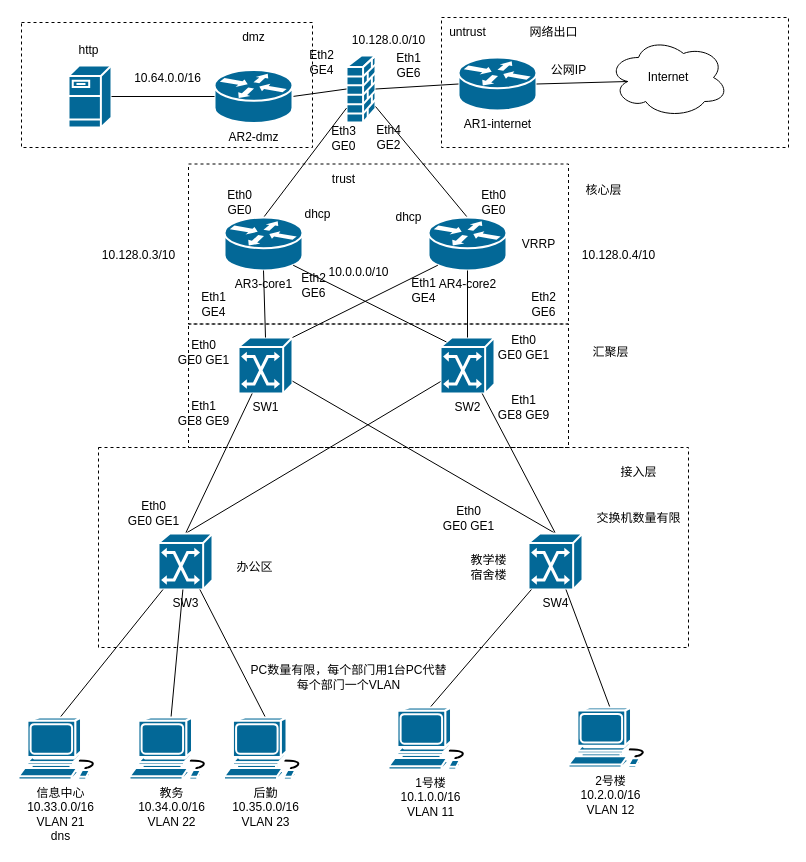
HPLZH/draw keeps this draw.io diagram as ne24.drawio. Above is the earlier version. Source tidied: cells renumbered, new cells numbered last; positions are measured from the earlier drawing's top-left corner, leaving out a move shared by most shapes. Both pictures are drawn from the tidied source at 100%, with x=0, y=0 at pixel (18, 17).
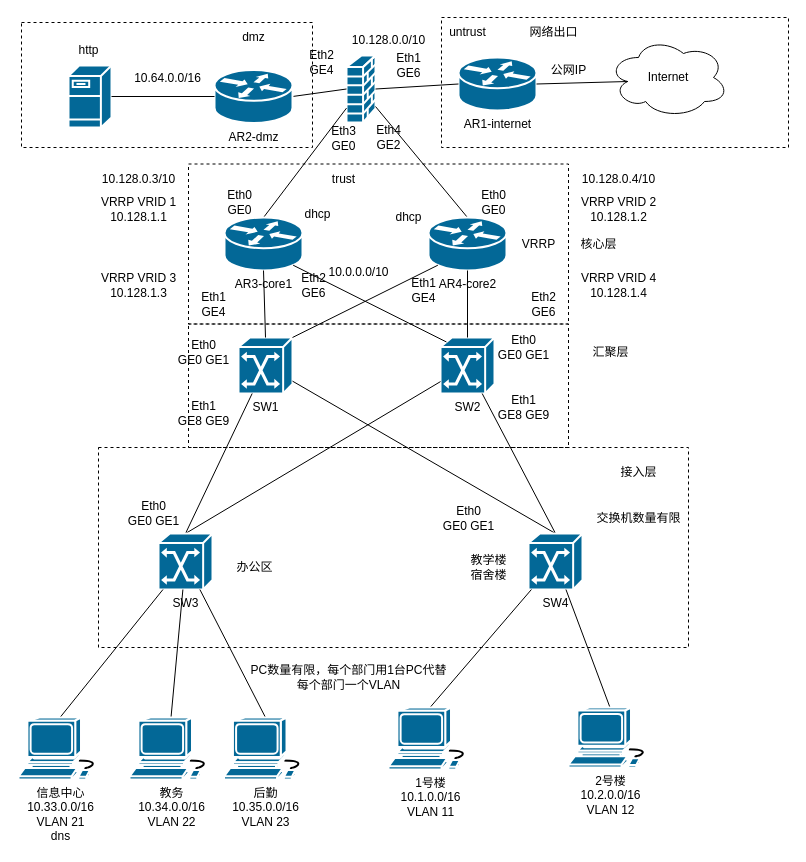
The same page after the edit.

The edit, as a diff of the source:
```diff
@@
     <mxCell id="42" value="核心层" style="text;html=1;align=center;verticalAlign=middle;strokeColor=none;fillColor=none;" parent="1" vertex="1">
-      <mxGeometry x="555" y="158" width="60" height="30" as="geometry" />
+      <mxGeometry x="550" y="211.5" width="60" height="30" as="geometry" />
     </mxCell>
@@
     <mxCell id="77" value="10.128.0.3/10" style="text;html=1;align=center;verticalAlign=middle;strokeColor=none;fillColor=none;" parent="1" vertex="1">
-      <mxGeometry x="70" y="223" width="100" height="30" as="geometry" />
+      <mxGeometry x="70" y="146.5" width="100" height="30" as="geometry" />
     </mxCell>
     <mxCell id="78" value="10.128.0.4/10" style="text;html=1;align=center;verticalAlign=middle;strokeColor=none;fillColor=none;" parent="1" vertex="1">
-      <mxGeometry x="550" y="223" width="100" height="30" as="geometry" />
+      <mxGeometry x="550" y="146.5" width="100" height="30" as="geometry" />
     </mxCell>
+    <mxCell id="79" value="VRRP VRID 1&lt;div&gt;10.128.1.1&lt;/div&gt;" style="text;html=1;align=center;verticalAlign=middle;strokeColor=none;fillColor=none;" parent="1" vertex="1">
+      <mxGeometry x="70" y="171.5" width="100" height="40" as="geometry" />
+    </mxCell>
+    <mxCell id="80" value="VRRP VRID 2&lt;div&gt;10.128.1.2&lt;/div&gt;" style="text;html=1;align=center;verticalAlign=middle;strokeColor=none;fillColor=none;" parent="1" vertex="1">
+      <mxGeometry x="550" y="171.5" width="100" height="40" as="geometry" />
+    </mxCell>
+    <mxCell id="81" value="VRRP VRID 3&lt;div&gt;10.128.1.3&lt;/div&gt;" style="text;html=1;align=center;verticalAlign=middle;strokeColor=none;fillColor=none;" parent="1" vertex="1">
+      <mxGeometry x="70" y="248" width="100" height="40" as="geometry" />
+    </mxCell>
+    <mxCell id="82" value="VRRP VRID 4&lt;div&gt;10.128.1.4&lt;/div&gt;" style="text;html=1;align=center;verticalAlign=middle;strokeColor=none;fillColor=none;" parent="1" vertex="1">
+      <mxGeometry x="550" y="248" width="100" height="40" as="geometry" />
+    </mxCell>
```
